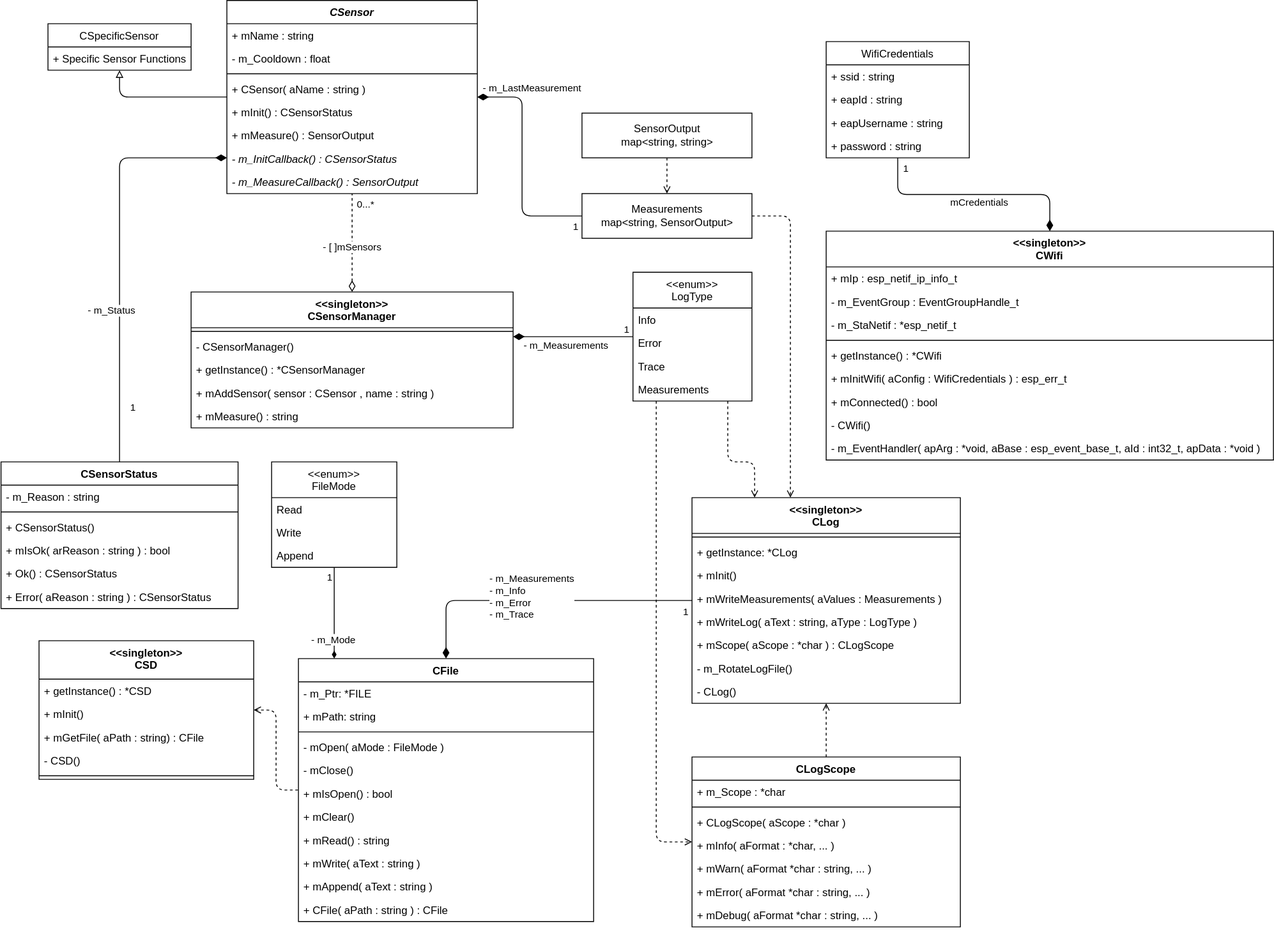
Earlier version of the draw.io export complete.drawio.svg (SenseBoxTI/FirmwareDesign). Source tidied: cells renumbered, new cells last; positions are measured from the earlier drawing's top-left corner, leaving out a move shared by most shapes.
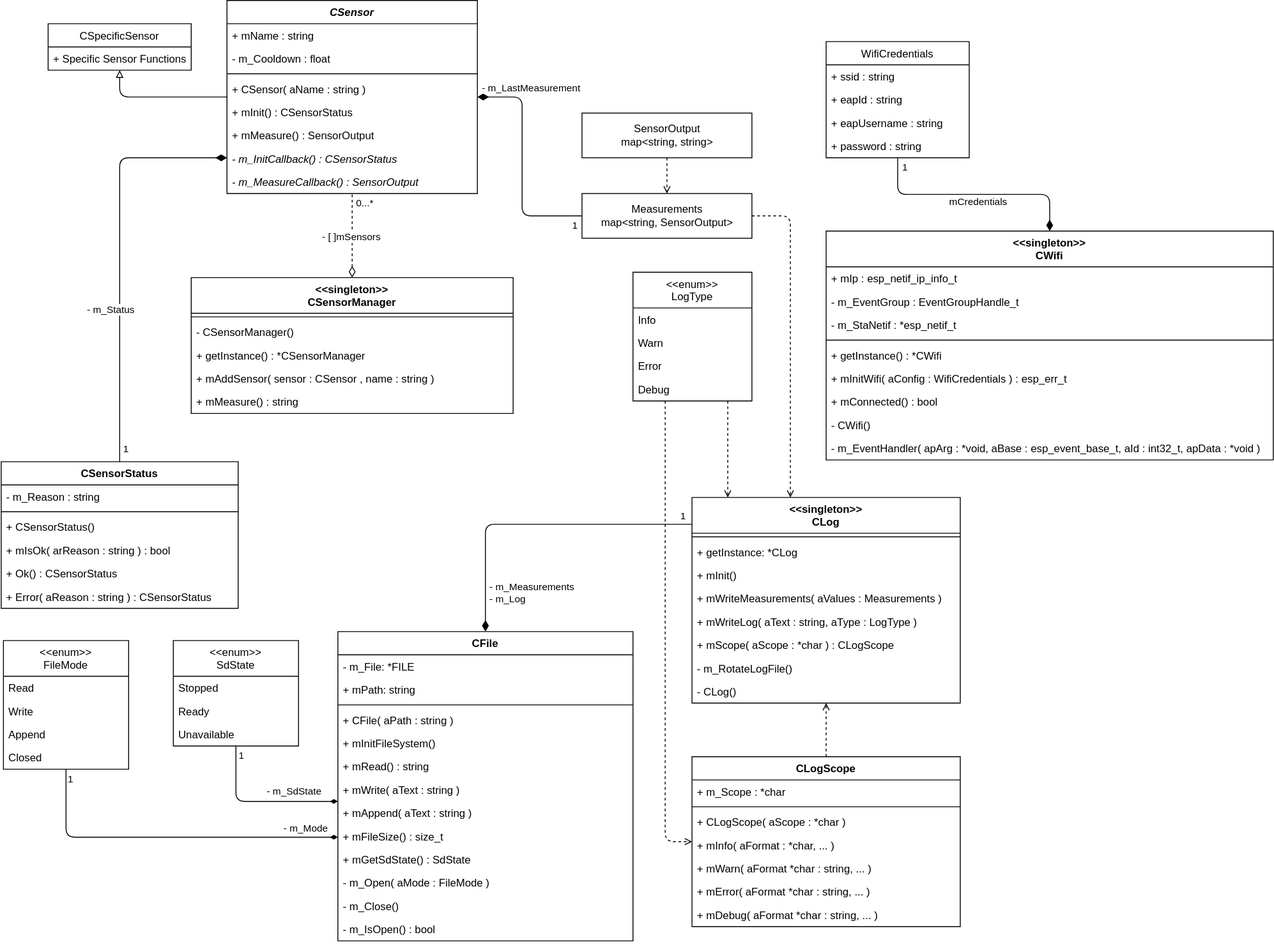
Later version of the same file.

Change to the diagram source:
```diff
@@ -7,4 +7,3 @@
         <Array as="points">
-          <mxPoint x="552" y="671" />
-          <mxPoint x="552" y="671" />
+          <mxPoint x="541" y="586" />
         </Array>
@@ -12,5 +11,5 @@
     </mxCell>
-    <mxCell id="3" value="- m_Measurements&lt;br&gt;- m_Info&lt;br&gt;- m_Error&lt;br&gt;- m_Trace" style="edgeLabel;html=1;align=left;verticalAlign=middle;" parent="2" vertex="1">
+    <mxCell id="3" value="- m_Measurements&lt;br&gt;- m_Log" style="edgeLabel;html=1;align=left;verticalAlign=middle;" parent="2" vertex="1">
       <mxGeometry x="-0.2" y="-2" relative="1" as="geometry">
-        <mxPoint x="-92" y="-3" as="offset" />
+        <mxPoint x="-87" y="79" as="offset" />
       </mxGeometry>
@@ -19,3 +18,3 @@
       <mxGeometry x="0.69" y="-2" relative="1" as="geometry">
-        <mxPoint x="269" y="-1" as="offset" />
+        <mxPoint x="223" y="-75" as="offset" />
       </mxGeometry>
@@ -68,4 +67,4 @@
         <Array as="points">
-          <mxPoint x="812" y="516" />
-          <mxPoint x="842" y="516" />
+          <mxPoint x="812" y="536" />
+          <mxPoint x="812" y="536" />
         </Array>
@@ -76,3 +75,3 @@
         <Array as="points">
-          <mxPoint x="732" y="941" />
+          <mxPoint x="742" y="941" />
         </Array>
@@ -86,9 +85,9 @@
     </mxCell>
+    <mxCell id="23" value="Warn" style="text;strokeColor=none;fillColor=none;align=left;verticalAlign=top;spacingLeft=4;spacingRight=4;overflow=hidden;" parent="20" vertex="1">
+      <mxGeometry y="66" width="133" height="26" as="geometry" />
+    </mxCell>
     <mxCell id="22" value="Error" style="text;strokeColor=none;fillColor=none;align=left;verticalAlign=top;spacingLeft=4;spacingRight=4;overflow=hidden;" parent="20" vertex="1">
-      <mxGeometry y="66" width="133" height="26" as="geometry" />
+      <mxGeometry y="92" width="133" height="26" as="geometry" />
     </mxCell>
-    <mxCell id="23" value="Trace" style="text;strokeColor=none;fillColor=none;align=left;verticalAlign=top;spacingLeft=4;spacingRight=4;overflow=hidden;" parent="20" vertex="1">
-      <mxGeometry y="92" width="133" height="26" as="geometry" />
-    </mxCell>
-    <mxCell id="24" value="Measurements" style="text;strokeColor=none;fillColor=none;align=left;verticalAlign=top;spacingLeft=4;spacingRight=4;overflow=hidden;" parent="20" vertex="1">
+    <mxCell id="24" value="Debug" style="text;strokeColor=none;fillColor=none;align=left;verticalAlign=top;spacingLeft=4;spacingRight=4;overflow=hidden;" parent="20" vertex="1">
       <mxGeometry y="118" width="133" height="26" as="geometry" />
@@ -122,89 +121,2 @@
     </mxCell>
-    <mxCell id="34" style="edgeStyle=orthogonalEdgeStyle;html=1;startArrow=open;startFill=0;endArrow=none;endFill=0;dashed=1;" parent="1" edge="1" source="35" target="41">
-      <mxGeometry relative="1" as="geometry" />
-    </mxCell>
-    <mxCell id="35" value="&lt;&lt;singleton&gt;&gt;&#10;CSD" style="swimlane;fontStyle=1;align=center;verticalAlign=top;horizontal=1;startSize=43;" parent="1" vertex="1">
-      <mxGeometry x="42" y="716" width="240" height="155" as="geometry" />
-    </mxCell>
-    <mxCell id="36" value="+ getInstance() : *CSD" style="text;strokeColor=none;fillColor=none;align=left;verticalAlign=top;spacingLeft=4;spacingRight=4;overflow=hidden;fontStyle=0;" parent="35" vertex="1">
-      <mxGeometry y="43" width="240" height="26" as="geometry" />
-    </mxCell>
-    <mxCell id="37" value="+ mInit()" style="text;strokeColor=none;fillColor=none;align=left;verticalAlign=top;spacingLeft=4;spacingRight=4;overflow=hidden;fontStyle=0;" parent="35" vertex="1">
-      <mxGeometry y="69" width="240" height="26" as="geometry" />
-    </mxCell>
-    <mxCell id="38" value="+ mGetFile( aPath : string) : CFile" style="text;strokeColor=none;fillColor=none;align=left;verticalAlign=top;spacingLeft=4;spacingRight=4;overflow=hidden;" parent="35" vertex="1">
-      <mxGeometry y="95" width="240" height="26" as="geometry" />
-    </mxCell>
-    <mxCell id="39" value="- CSD()" style="text;strokeColor=none;fillColor=none;align=left;verticalAlign=top;spacingLeft=4;spacingRight=4;overflow=hidden;" parent="35" vertex="1">
-      <mxGeometry y="121" width="240" height="26" as="geometry" />
-    </mxCell>
-    <mxCell id="40" style="line;strokeWidth=1;fillColor=none;align=left;verticalAlign=middle;spacingTop=-1;spacingLeft=3;spacingRight=3;labelPosition=right;" parent="35" vertex="1">
-      <mxGeometry y="147" width="240" height="8" as="geometry" />
-    </mxCell>
-    <mxCell id="41" value="CFile" style="swimlane;fontStyle=1;align=center;verticalAlign=top;horizontal=1;startSize=26;" parent="1" vertex="1">
-      <mxGeometry x="332" y="736" width="330" height="294" as="geometry" />
-    </mxCell>
-    <mxCell id="42" value="- m_Ptr: *FILE" style="text;strokeColor=none;fillColor=none;align=left;verticalAlign=top;spacingLeft=4;spacingRight=4;overflow=hidden;" parent="41" vertex="1">
-      <mxGeometry y="26" width="330" height="26" as="geometry" />
-    </mxCell>
-    <mxCell id="43" value="+ mPath: string" style="text;strokeColor=none;fillColor=none;align=left;verticalAlign=top;spacingLeft=4;spacingRight=4;overflow=hidden;" parent="41" vertex="1">
-      <mxGeometry y="52" width="330" height="26" as="geometry" />
-    </mxCell>
-    <mxCell id="44" style="line;strokeWidth=1;fillColor=none;align=left;verticalAlign=middle;spacingTop=-1;spacingLeft=3;spacingRight=3;labelPosition=right;" parent="41" vertex="1">
-      <mxGeometry y="78" width="330" height="8" as="geometry" />
-    </mxCell>
-    <mxCell id="45" value="- mOpen( aMode : FileMode )" style="text;strokeColor=none;fillColor=none;align=left;verticalAlign=top;spacingLeft=4;spacingRight=4;overflow=hidden;" parent="41" vertex="1">
-      <mxGeometry y="86" width="330" height="26" as="geometry" />
-    </mxCell>
-    <mxCell id="46" value="- mClose()" style="text;strokeColor=none;fillColor=none;align=left;verticalAlign=top;spacingLeft=4;spacingRight=4;overflow=hidden;" parent="41" vertex="1">
-      <mxGeometry y="112" width="330" height="26" as="geometry" />
-    </mxCell>
-    <mxCell id="47" value="+ mIsOpen() : bool" style="text;strokeColor=none;fillColor=none;align=left;verticalAlign=top;spacingLeft=4;spacingRight=4;overflow=hidden;" parent="41" vertex="1">
-      <mxGeometry y="138" width="330" height="26" as="geometry" />
-    </mxCell>
-    <mxCell id="48" value="+ mClear()" style="text;strokeColor=none;fillColor=none;align=left;verticalAlign=top;spacingLeft=4;spacingRight=4;overflow=hidden;" parent="41" vertex="1">
-      <mxGeometry y="164" width="330" height="26" as="geometry" />
-    </mxCell>
-    <mxCell id="49" value="+ mRead() : string" style="text;strokeColor=none;fillColor=none;align=left;verticalAlign=top;spacingLeft=4;spacingRight=4;overflow=hidden;" parent="41" vertex="1">
-      <mxGeometry y="190" width="330" height="26" as="geometry" />
-    </mxCell>
-    <mxCell id="50" value="+ mWrite( aText : string )" style="text;strokeColor=none;fillColor=none;align=left;verticalAlign=top;spacingLeft=4;spacingRight=4;overflow=hidden;" parent="41" vertex="1">
-      <mxGeometry y="216" width="330" height="26" as="geometry" />
-    </mxCell>
-    <mxCell id="51" value="+ mAppend( aText : string )" style="text;strokeColor=none;fillColor=none;align=left;verticalAlign=top;spacingLeft=4;spacingRight=4;overflow=hidden;" parent="41" vertex="1">
-      <mxGeometry y="242" width="330" height="26" as="geometry" />
-    </mxCell>
-    <mxCell id="52" value="+ CFile( aPath : string ) : CFile" style="text;strokeColor=none;fillColor=none;align=left;verticalAlign=top;spacingLeft=4;spacingRight=4;overflow=hidden;" parent="41" vertex="1">
-      <mxGeometry y="268" width="330" height="26" as="geometry" />
-    </mxCell>
-    <mxCell id="53" style="edgeStyle=orthogonalEdgeStyle;html=1;endArrow=diamondThin;endFill=1;" parent="1" edge="1" source="56" target="41">
-      <mxGeometry relative="1" as="geometry">
-        <Array as="points">
-          <mxPoint x="372" y="716" />
-          <mxPoint x="372" y="716" />
-        </Array>
-      </mxGeometry>
-    </mxCell>
-    <mxCell id="54" value="- m_Mode" style="edgeLabel;html=1;align=center;verticalAlign=middle;" parent="53" vertex="1">
-      <mxGeometry x="0.81" y="-3" relative="1" as="geometry">
-        <mxPoint x="1" y="-12" as="offset" />
-      </mxGeometry>
-    </mxCell>
-    <mxCell id="55" value="1" style="edgeLabel;html=1;align=center;verticalAlign=middle;" parent="53" vertex="1">
-      <mxGeometry x="-0.87" y="-2" relative="1" as="geometry">
-        <mxPoint x="-4" y="3" as="offset" />
-      </mxGeometry>
-    </mxCell>
-    <mxCell id="56" value="&lt;&lt;enum&gt;&gt;&#10;FileMode" style="swimlane;fontStyle=0;horizontal=1;startSize=40;fillColor=none;" parent="1" vertex="1">
-      <mxGeometry x="302" y="516" width="140" height="118" as="geometry" />
-    </mxCell>
-    <mxCell id="57" value="Read" style="text;strokeColor=none;fillColor=none;align=left;verticalAlign=top;spacingLeft=4;spacingRight=4;overflow=hidden;" parent="56" vertex="1">
-      <mxGeometry y="40" width="140" height="26" as="geometry" />
-    </mxCell>
-    <mxCell id="58" value="Write" style="text;strokeColor=none;fillColor=none;align=left;verticalAlign=top;spacingLeft=4;spacingRight=4;overflow=hidden;" parent="56" vertex="1">
-      <mxGeometry y="66" width="140" height="26" as="geometry" />
-    </mxCell>
-    <mxCell id="59" value="Append" style="text;strokeColor=none;fillColor=none;align=left;verticalAlign=top;spacingLeft=4;spacingRight=4;overflow=hidden;" parent="56" vertex="1">
-      <mxGeometry y="92" width="140" height="26" as="geometry" />
-    </mxCell>
     <mxCell id="60" value="&lt;&lt;singleton&gt;&gt;&#10;CWifi" style="swimlane;fontStyle=1;align=center;verticalAlign=top;horizontal=1;startSize=40;" parent="1" vertex="1">
@@ -281,3 +193,3 @@
     <mxCell id="81" value="&lt;&lt;singleton&gt;&gt;&#10;CSensorManager" style="swimlane;fontStyle=1;align=center;verticalAlign=top;horizontal=1;startSize=40;" parent="1" vertex="1">
-      <mxGeometry x="212" y="326" width="360" height="152" as="geometry" />
+      <mxGeometry x="212" y="310" width="360" height="152" as="geometry" />
     </mxCell>
@@ -367,3 +279,3 @@
       <mxGeometry x="-0.77" y="-1" relative="1" as="geometry">
-        <mxPoint x="13" y="-8" as="offset" />
+        <mxPoint x="6" y="39" as="offset" />
       </mxGeometry>
@@ -391,20 +303,2 @@
     </mxCell>
-    <mxCell id="111" style="edgeStyle=orthogonalEdgeStyle;html=1;startArrow=none;startFill=0;endArrow=diamondThin;endFill=1;startSize=10;endSize=10;" parent="1" edge="1" source="20" target="81">
-      <mxGeometry relative="1" as="geometry">
-        <Array as="points">
-          <mxPoint x="392" y="426" />
-          <mxPoint x="392" y="426" />
-        </Array>
-      </mxGeometry>
-    </mxCell>
-    <mxCell id="112" value="- m_Measurements" style="edgeLabel;html=1;align=center;verticalAlign=middle;" parent="111" vertex="1">
-      <mxGeometry x="0.44" relative="1" as="geometry">
-        <mxPoint x="20" y="9" as="offset" />
-      </mxGeometry>
-    </mxCell>
-    <mxCell id="113" value="1" style="edgeLabel;html=1;align=center;verticalAlign=middle;" parent="111" vertex="1">
-      <mxGeometry x="-0.89" y="-1" relative="1" as="geometry">
-        <mxPoint x="-1" y="-8" as="offset" />
-      </mxGeometry>
-    </mxCell>
     <mxCell id="114" value="CSpecificSensor" style="swimlane;fontStyle=0;horizontal=1;startSize=26;fillColor=none;" parent="1" vertex="1">
@@ -415,2 +309,105 @@
     </mxCell>
+    <mxCell id="41" value="CFile" style="swimlane;fontStyle=1;align=center;verticalAlign=top;horizontal=1;startSize=26;" parent="1" vertex="1">
+      <mxGeometry x="376" y="706" width="330" height="346" as="geometry" />
+    </mxCell>
+    <mxCell id="116" value="- m_File: *FILE" style="text;strokeColor=none;fillColor=none;align=left;verticalAlign=top;spacingLeft=4;spacingRight=4;overflow=hidden;" parent="41" vertex="1">
+      <mxGeometry y="26" width="330" height="26" as="geometry" />
+    </mxCell>
+    <mxCell id="43" value="+ mPath: string" style="text;strokeColor=none;fillColor=none;align=left;verticalAlign=top;spacingLeft=4;spacingRight=4;overflow=hidden;" parent="41" vertex="1">
+      <mxGeometry y="52" width="330" height="26" as="geometry" />
+    </mxCell>
+    <mxCell id="44" style="line;strokeWidth=1;fillColor=none;align=left;verticalAlign=middle;spacingTop=-1;spacingLeft=3;spacingRight=3;labelPosition=right;" parent="41" vertex="1">
+      <mxGeometry y="78" width="330" height="8" as="geometry" />
+    </mxCell>
+    <mxCell id="117" value="+ CFile( aPath : string )" style="text;strokeColor=none;fillColor=none;align=left;verticalAlign=top;spacingLeft=4;spacingRight=4;overflow=hidden;" parent="41" vertex="1">
+      <mxGeometry y="86" width="330" height="26" as="geometry" />
+    </mxCell>
+    <mxCell id="118" value="+ mInitFileSystem()" style="text;strokeColor=none;fillColor=none;align=left;verticalAlign=top;spacingLeft=4;spacingRight=4;overflow=hidden;fontStyle=0;" parent="41" vertex="1">
+      <mxGeometry y="112" width="330" height="26" as="geometry" />
+    </mxCell>
+    <mxCell id="49" value="+ mRead() : string" style="text;strokeColor=none;fillColor=none;align=left;verticalAlign=top;spacingLeft=4;spacingRight=4;overflow=hidden;" parent="41" vertex="1">
+      <mxGeometry y="138" width="330" height="26" as="geometry" />
+    </mxCell>
+    <mxCell id="50" value="+ mWrite( aText : string )" style="text;strokeColor=none;fillColor=none;align=left;verticalAlign=top;spacingLeft=4;spacingRight=4;overflow=hidden;" parent="41" vertex="1">
+      <mxGeometry y="164" width="330" height="26" as="geometry" />
+    </mxCell>
+    <mxCell id="51" value="+ mAppend( aText : string )" style="text;strokeColor=none;fillColor=none;align=left;verticalAlign=top;spacingLeft=4;spacingRight=4;overflow=hidden;" parent="41" vertex="1">
+      <mxGeometry y="190" width="330" height="26" as="geometry" />
+    </mxCell>
+    <mxCell id="119" value="+ mFileSize() : size_t" style="text;strokeColor=none;fillColor=none;align=left;verticalAlign=top;spacingLeft=4;spacingRight=4;overflow=hidden;" parent="41" vertex="1">
+      <mxGeometry y="216" width="330" height="26" as="geometry" />
+    </mxCell>
+    <mxCell id="120" value="+ mGetSdState() : SdState" style="text;strokeColor=none;fillColor=none;align=left;verticalAlign=top;spacingLeft=4;spacingRight=4;overflow=hidden;" parent="41" vertex="1">
+      <mxGeometry y="242" width="330" height="26" as="geometry" />
+    </mxCell>
+    <mxCell id="121" value="- m_Open( aMode : FileMode )" style="text;strokeColor=none;fillColor=none;align=left;verticalAlign=top;spacingLeft=4;spacingRight=4;overflow=hidden;" parent="41" vertex="1">
+      <mxGeometry y="268" width="330" height="26" as="geometry" />
+    </mxCell>
+    <mxCell id="122" value="- m_Close()" style="text;strokeColor=none;fillColor=none;align=left;verticalAlign=top;spacingLeft=4;spacingRight=4;overflow=hidden;" parent="41" vertex="1">
+      <mxGeometry y="294" width="330" height="26" as="geometry" />
+    </mxCell>
+    <mxCell id="123" value="- m_IsOpen() : bool" style="text;strokeColor=none;fillColor=none;align=left;verticalAlign=top;spacingLeft=4;spacingRight=4;overflow=hidden;" parent="41" vertex="1">
+      <mxGeometry y="320" width="330" height="26" as="geometry" />
+    </mxCell>
+    <mxCell id="53" style="edgeStyle=orthogonalEdgeStyle;html=1;endArrow=diamondThin;endFill=1;" parent="1" edge="1" source="56" target="41">
+      <mxGeometry relative="1" as="geometry">
+        <Array as="points">
+          <mxPoint x="72" y="936" />
+        </Array>
+      </mxGeometry>
+    </mxCell>
+    <mxCell id="54" value="- m_Mode" style="edgeLabel;html=1;align=center;verticalAlign=middle;" parent="53" vertex="1">
+      <mxGeometry x="0.81" y="-3" relative="1" as="geometry">
+        <mxPoint y="-13" as="offset" />
+      </mxGeometry>
+    </mxCell>
+    <mxCell id="124" value="1" style="edgeLabel;html=1;align=center;verticalAlign=middle;" parent="53" vertex="1">
+      <mxGeometry x="-0.87" y="-2" relative="1" as="geometry">
+        <mxPoint x="7" y="-14" as="offset" />
+      </mxGeometry>
+    </mxCell>
+    <mxCell id="56" value="&lt;&lt;enum&gt;&gt;&#10;FileMode" style="swimlane;fontStyle=0;horizontal=1;startSize=40;fillColor=none;" parent="1" vertex="1">
+      <mxGeometry x="2" y="716" width="140" height="144" as="geometry" />
+    </mxCell>
+    <mxCell id="57" value="Read" style="text;strokeColor=none;fillColor=none;align=left;verticalAlign=top;spacingLeft=4;spacingRight=4;overflow=hidden;" parent="56" vertex="1">
+      <mxGeometry y="40" width="140" height="26" as="geometry" />
+    </mxCell>
+    <mxCell id="58" value="Write" style="text;strokeColor=none;fillColor=none;align=left;verticalAlign=top;spacingLeft=4;spacingRight=4;overflow=hidden;" parent="56" vertex="1">
+      <mxGeometry y="66" width="140" height="26" as="geometry" />
+    </mxCell>
+    <mxCell id="59" value="Append" style="text;strokeColor=none;fillColor=none;align=left;verticalAlign=top;spacingLeft=4;spacingRight=4;overflow=hidden;" parent="56" vertex="1">
+      <mxGeometry y="92" width="140" height="26" as="geometry" />
+    </mxCell>
+    <mxCell id="125" value="Closed" style="text;strokeColor=none;fillColor=none;align=left;verticalAlign=top;spacingLeft=4;spacingRight=4;overflow=hidden;" parent="56" vertex="1">
+      <mxGeometry y="118" width="140" height="26" as="geometry" />
+    </mxCell>
+    <mxCell id="126" style="edgeStyle=orthogonalEdgeStyle;html=1;endArrow=diamondThin;endFill=1;" parent="1" edge="1" source="129" target="41">
+      <mxGeometry relative="1" as="geometry">
+        <Array as="points">
+          <mxPoint x="262" y="896" />
+        </Array>
+      </mxGeometry>
+    </mxCell>
+    <mxCell id="127" value="- m_SdState" style="edgeLabel;html=1;align=center;verticalAlign=middle;" parent="126" vertex="1">
+      <mxGeometry x="0.66" y="-2" relative="1" as="geometry">
+        <mxPoint x="-20" y="-13" as="offset" />
+      </mxGeometry>
+    </mxCell>
+    <mxCell id="128" value="1" style="edgeLabel;html=1;align=center;verticalAlign=middle;" parent="126" vertex="1">
+      <mxGeometry x="-0.62" y="1" relative="1" as="geometry">
+        <mxPoint x="5" y="-24" as="offset" />
+      </mxGeometry>
+    </mxCell>
+    <mxCell id="129" value="&lt;&lt;enum&gt;&gt;&#10;SdState" style="swimlane;fontStyle=0;horizontal=1;startSize=40;fillColor=none;" parent="1" vertex="1">
+      <mxGeometry x="192" y="716" width="140" height="118" as="geometry" />
+    </mxCell>
+    <mxCell id="130" value="Stopped" style="text;strokeColor=none;fillColor=none;align=left;verticalAlign=top;spacingLeft=4;spacingRight=4;overflow=hidden;" parent="129" vertex="1">
+      <mxGeometry y="40" width="140" height="26" as="geometry" />
+    </mxCell>
+    <mxCell id="131" value="Ready" style="text;strokeColor=none;fillColor=none;align=left;verticalAlign=top;spacingLeft=4;spacingRight=4;overflow=hidden;" parent="129" vertex="1">
+      <mxGeometry y="66" width="140" height="26" as="geometry" />
+    </mxCell>
+    <mxCell id="132" value="Unavailable" style="text;strokeColor=none;fillColor=none;align=left;verticalAlign=top;spacingLeft=4;spacingRight=4;overflow=hidden;" parent="129" vertex="1">
+      <mxGeometry y="92" width="140" height="26" as="geometry" />
+    </mxCell>
   </root>
```
